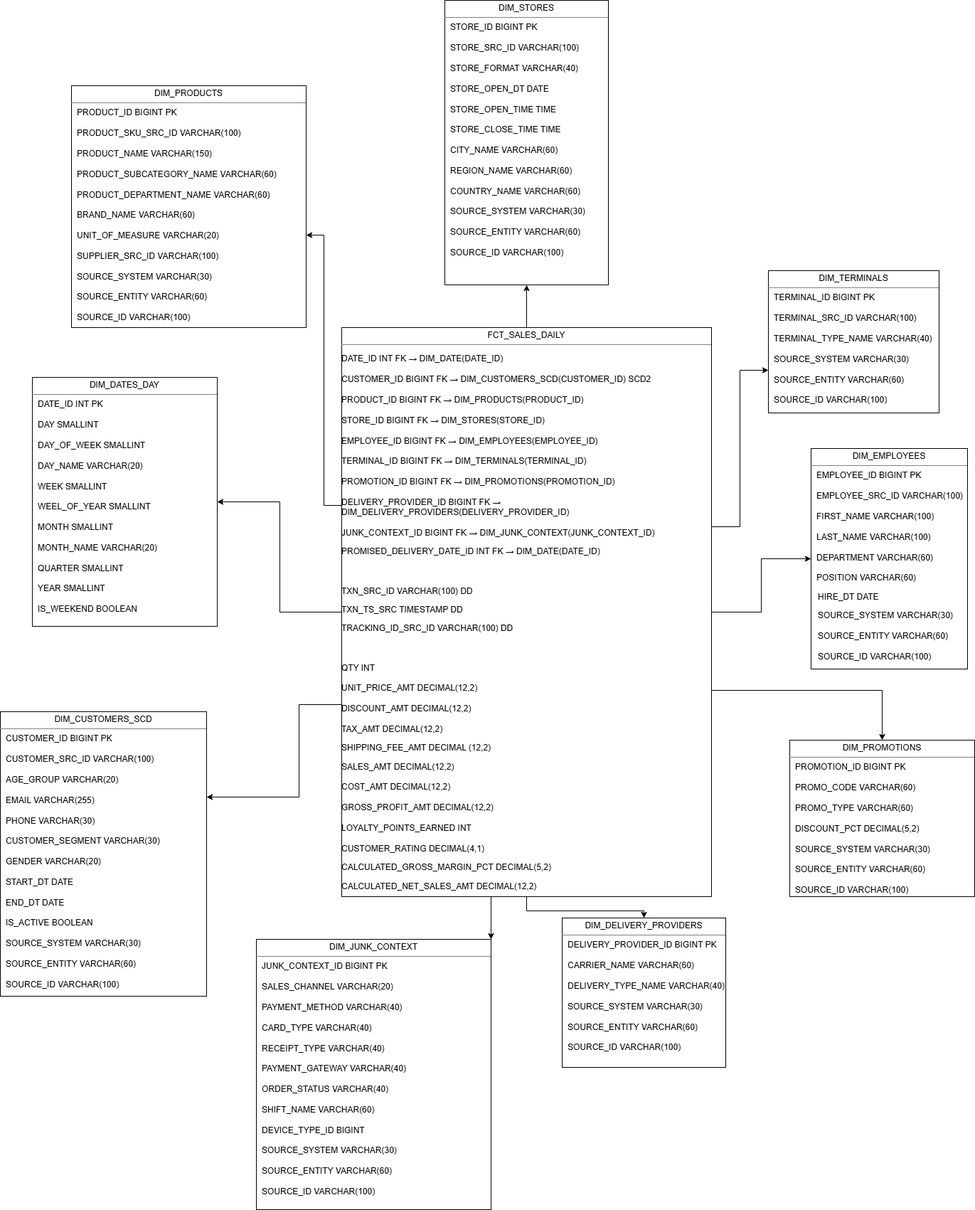
NatalyHomon/AU25_Nataliia_Homon keeps this draw.io diagram as DWH_Task4/BL_DM_SALES.png. Above is the earlier version. Source tidied: cells renumbered, new cells last; positions are measured from the earlier drawing's top-left corner, leaving out a move shared by most shapes.
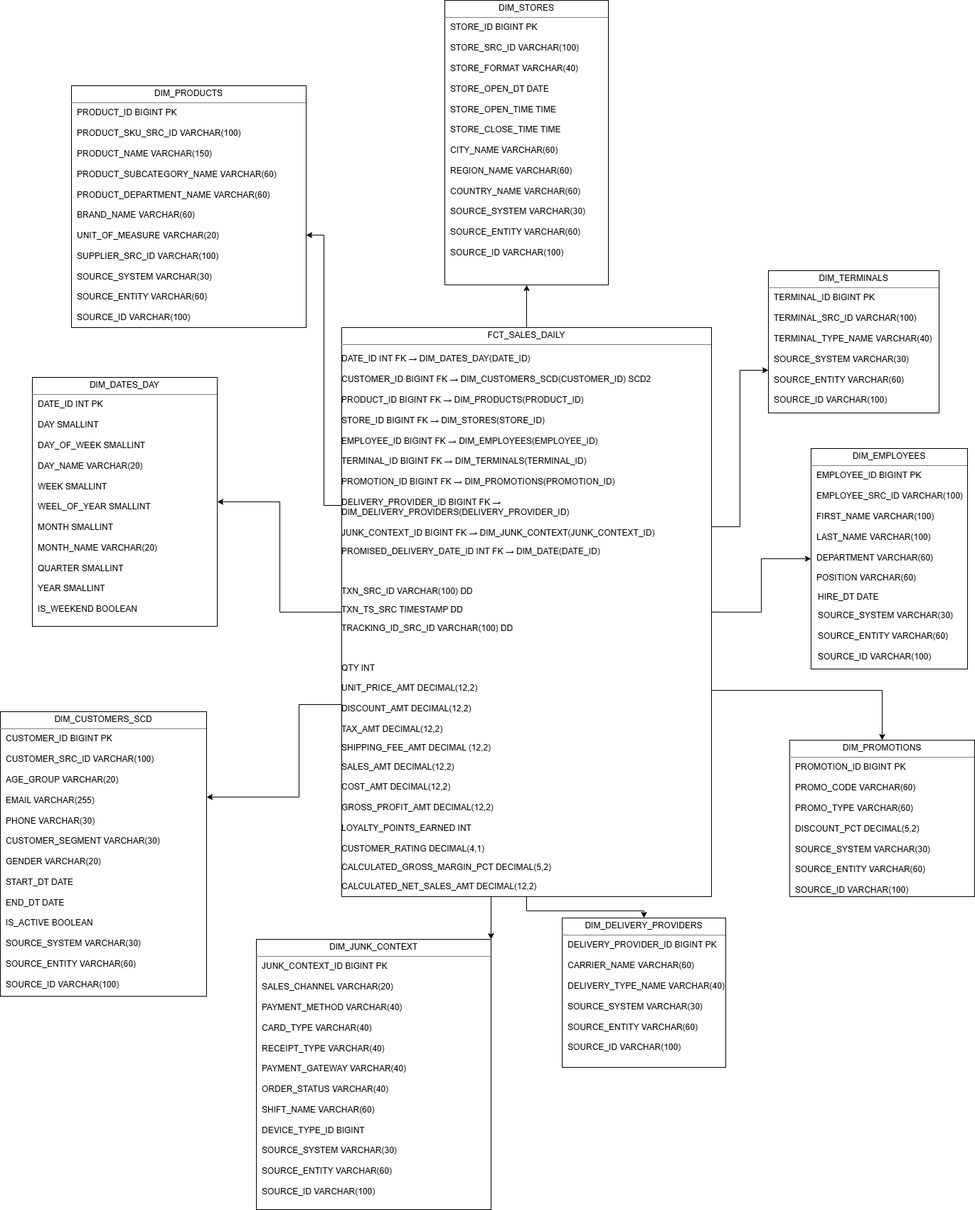
The same diagram one commit later.

Diff of the diagram source:
```diff
@@ -58,7 +58,7 @@
         </Array>
       </mxGeometry>
     </mxCell>
-    <mxCell id="11" value="&lt;p style=&quot;margin: 4px 0px 0px; text-align: center;&quot;&gt;FCT_SALES_DAILY&lt;/p&gt;&lt;hr size=&quot;1&quot; style=&quot;border-style:solid;&quot;&gt;&lt;p&gt;DATE_ID INT FK → DIM_DATE(DATE_ID)&lt;br&gt;&lt;br&gt;CUSTOMER_ID BIGINT FK → DIM_CUSTOMERS_SCD(CUSTOMER_ID) SCD2&lt;br&gt;&lt;br&gt;PRODUCT_ID BIGINT FK → DIM_PRODUCTS(PRODUCT_ID)&lt;br&gt;&lt;br&gt;STORE_ID BIGINT FK → DIM_STORES(STORE_ID)&lt;br&gt;&lt;br&gt;EMPLOYEE_ID BIGINT FK → DIM_EMPLOYEES(EMPLOYEE_ID)&lt;br&gt;&lt;br&gt;TERMINAL_ID BIGINT FK → DIM_TERMINALS(TERMINAL_ID)&lt;br&gt;&lt;br&gt;PROMOTION_ID BIGINT FK → DIM_PROMOTIONS(PROMOTION_ID)&lt;br&gt;&lt;br&gt;DELIVERY_PROVIDER_ID BIGINT FK → DIM_DELIVERY_PROVIDERS(DELIVERY_PROVIDER_ID)&lt;br&gt;&lt;br&gt;JUNK_CONTEXT_ID BIGINT FK → DIM_JUNK_CONTEXT(JUNK_CONTEXT_ID)&lt;/p&gt;&lt;p&gt;PROMISED_DELIVERY_DATE_ID INT FK → DIM_DATE(DATE_ID)&lt;/p&gt;&lt;p&gt;&lt;br&gt;&lt;br&gt;TXN_SRC_ID VARCHAR(100) DD&lt;/p&gt;&lt;p&gt;TXN_TS_SRC TIMESTAMP DD&lt;/p&gt;&lt;p&gt;TRACKING_ID_SRC_ID VARCHAR(100) DD&lt;/p&gt;&lt;p&gt;&lt;br&gt;&lt;br&gt;QTY INT&lt;br&gt;&lt;br&gt;UNIT_PRICE_AMT DECIMAL(12,2)&lt;br&gt;&lt;br&gt;DISCOUNT_AMT DECIMAL(12,2)&lt;br&gt;&lt;br&gt;TAX_AMT DECIMAL(12,2)&lt;/p&gt;&lt;p&gt;SHIPPING_FEE_AMT&amp;nbsp;&lt;span style=&quot;background-color: transparent; color: light-dark(rgb(0, 0, 0), rgb(255, 255, 255));&quot;&gt;DECIMAL&lt;/span&gt;&lt;span style=&quot;background-color: transparent; color: light-dark(rgb(0, 0, 0), rgb(255, 255, 255));&quot;&gt;&amp;nbsp;(12,2)&lt;/span&gt;&lt;/p&gt;&lt;p&gt;SALES_AMT DECIMAL(12,2)&lt;br&gt;&lt;br&gt;COST_AMT DECIMAL(12,2)&lt;br&gt;&lt;br&gt;GROSS_PROFIT_AMT DECIMAL(12,2)&lt;br&gt;&lt;br&gt;LOYALTY_POINTS_EARNED INT&lt;br&gt;&lt;br&gt;CUSTOMER_RATING DECIMAL(4,1)&lt;/p&gt;&lt;p class=&quot;MsoBodyText&quot;&gt;&lt;span lang=&quot;EN-GB&quot;&gt;CALCULATED_GROSS_MARGIN_PCT&amp;nbsp;DECIMAL(5,2)&lt;/span&gt;&lt;/p&gt;&lt;p class=&quot;MsoBodyText&quot;&gt;&lt;span lang=&quot;EN-GB&quot;&gt;CALCULATED_NET_SALES_AMT&amp;nbsp;&lt;/span&gt;&lt;span style=&quot;background-color: transparent; color: light-dark(rgb(0, 0, 0), rgb(255, 255, 255));&quot;&gt;DECIMAL(12,2)&lt;/span&gt;&lt;/p&gt;" style="verticalAlign=top;align=left;overflow=fill;html=1;whiteSpace=wrap;" parent="1" vertex="1">
+    <mxCell id="11" value="&lt;p style=&quot;margin: 4px 0px 0px; text-align: center;&quot;&gt;FCT_SALES_DAILY&lt;/p&gt;&lt;hr size=&quot;1&quot; style=&quot;border-style:solid;&quot;&gt;&lt;p&gt;DATE_ID INT FK → DIM_DATES_DAY(DATE_ID)&lt;br&gt;&lt;br&gt;CUSTOMER_ID BIGINT FK → DIM_CUSTOMERS_SCD(CUSTOMER_ID) SCD2&lt;br&gt;&lt;br&gt;PRODUCT_ID BIGINT FK → DIM_PRODUCTS(PRODUCT_ID)&lt;br&gt;&lt;br&gt;STORE_ID BIGINT FK → DIM_STORES(STORE_ID)&lt;br&gt;&lt;br&gt;EMPLOYEE_ID BIGINT FK → DIM_EMPLOYEES(EMPLOYEE_ID)&lt;br&gt;&lt;br&gt;TERMINAL_ID BIGINT FK → DIM_TERMINALS(TERMINAL_ID)&lt;br&gt;&lt;br&gt;PROMOTION_ID BIGINT FK → DIM_PROMOTIONS(PROMOTION_ID)&lt;br&gt;&lt;br&gt;DELIVERY_PROVIDER_ID BIGINT FK → DIM_DELIVERY_PROVIDERS(DELIVERY_PROVIDER_ID)&lt;br&gt;&lt;br&gt;JUNK_CONTEXT_ID BIGINT FK → DIM_JUNK_CONTEXT(JUNK_CONTEXT_ID)&lt;/p&gt;&lt;p&gt;PROMISED_DELIVERY_DATE_ID INT FK → DIM_DATE(DATE_ID)&lt;/p&gt;&lt;p&gt;&lt;br&gt;&lt;br&gt;TXN_SRC_ID VARCHAR(100) DD&lt;/p&gt;&lt;p&gt;TXN_TS_SRC TIMESTAMP DD&lt;/p&gt;&lt;p&gt;TRACKING_ID_SRC_ID VARCHAR(100) DD&lt;/p&gt;&lt;p&gt;&lt;br&gt;&lt;br&gt;QTY INT&lt;br&gt;&lt;br&gt;UNIT_PRICE_AMT DECIMAL(12,2)&lt;br&gt;&lt;br&gt;DISCOUNT_AMT DECIMAL(12,2)&lt;br&gt;&lt;br&gt;TAX_AMT DECIMAL(12,2)&lt;/p&gt;&lt;p&gt;SHIPPING_FEE_AMT&amp;nbsp;&lt;span style=&quot;background-color: transparent; color: light-dark(rgb(0, 0, 0), rgb(255, 255, 255));&quot;&gt;DECIMAL&lt;/span&gt;&lt;span style=&quot;background-color: transparent; color: light-dark(rgb(0, 0, 0), rgb(255, 255, 255));&quot;&gt;&amp;nbsp;(12,2)&lt;/span&gt;&lt;/p&gt;&lt;p&gt;SALES_AMT DECIMAL(12,2)&lt;br&gt;&lt;br&gt;COST_AMT DECIMAL(12,2)&lt;br&gt;&lt;br&gt;GROSS_PROFIT_AMT DECIMAL(12,2)&lt;br&gt;&lt;br&gt;LOYALTY_POINTS_EARNED INT&lt;br&gt;&lt;br&gt;CUSTOMER_RATING DECIMAL(4,1)&lt;/p&gt;&lt;p class=&quot;MsoBodyText&quot;&gt;&lt;span lang=&quot;EN-GB&quot;&gt;CALCULATED_GROSS_MARGIN_PCT&amp;nbsp;DECIMAL(5,2)&lt;/span&gt;&lt;/p&gt;&lt;p class=&quot;MsoBodyText&quot;&gt;&lt;span lang=&quot;EN-GB&quot;&gt;CALCULATED_NET_SALES_AMT&amp;nbsp;&lt;/span&gt;&lt;span style=&quot;background-color: transparent; color: light-dark(rgb(0, 0, 0), rgb(255, 255, 255));&quot;&gt;DECIMAL(12,2)&lt;/span&gt;&lt;/p&gt;" style="verticalAlign=top;align=left;overflow=fill;html=1;whiteSpace=wrap;" parent="1" vertex="1">
       <mxGeometry x="480" y="460" width="520" height="800" as="geometry" />
     </mxCell>
     <mxCell id="12" value="&lt;p style=&quot;margin: 4px 0px 0px; text-align: center;&quot;&gt;DIM_STORES&lt;/p&gt;&lt;hr size=&quot;1&quot; style=&quot;border-style:solid;&quot;&gt;&lt;p style=&quot;margin:0px;margin-left:8px;&quot;&gt;STORE_ID BIGINT PK&lt;br&gt;&lt;br&gt;STORE_SRC_ID VARCHAR(100)&lt;br&gt;&lt;br&gt;STORE_FORMAT VARCHAR(40)&lt;/p&gt;&lt;p style=&quot;margin:0px;margin-left:8px;&quot;&gt;&lt;br&gt;&lt;/p&gt;&lt;p style=&quot;margin:0px;margin-left:8px;&quot;&gt;&lt;span style=&quot;font-size: 12px;&quot;&gt;STORE_OPEN_DT DATE&lt;/span&gt;&lt;/p&gt;&lt;p style=&quot;margin:0px;margin-left:8px;&quot;&gt;&lt;span style=&quot;font-size: 12px;&quot;&gt;&lt;br&gt;&lt;/span&gt;&lt;/p&gt;&lt;p style=&quot;margin:0px;margin-left:8px;&quot;&gt;&lt;span style=&quot;font-size: 12px;&quot;&gt;STORE_OPEN_TIME TIME&lt;/span&gt;&lt;/p&gt;&lt;p style=&quot;margin:0px;margin-left:8px;&quot;&gt;&lt;span style=&quot;font-size: 12px;&quot;&gt;&lt;br&gt;&lt;/span&gt;&lt;/p&gt;&lt;p style=&quot;margin:0px;margin-left:8px;&quot;&gt;&lt;span style=&quot;font-size: 12px;&quot;&gt;STORE_CLOSE_TIME TIME&lt;/span&gt;&lt;/p&gt;&lt;p style=&quot;margin:0px;margin-left:8px;&quot;&gt;&lt;br&gt;CITY_NAME VARCHAR(60)&lt;br&gt;&lt;br&gt;REGION_NAME VARCHAR(60)&lt;br&gt;&lt;br&gt;COUNTRY_NAME VARCHAR(60)&lt;br&gt;&lt;br&gt;SOURCE_SYSTEM VARCHAR(30)&amp;nbsp;&lt;br&gt;&lt;br&gt;SOURCE_ENTITY VARCHAR(60)&amp;nbsp;&lt;br&gt;&lt;br&gt;SOURCE_ID VARCHAR(100)&amp;nbsp;&lt;br&gt;&lt;br&gt;&lt;/p&gt;" style="verticalAlign=top;align=left;overflow=fill;html=1;whiteSpace=wrap;" parent="1" vertex="1">
```
